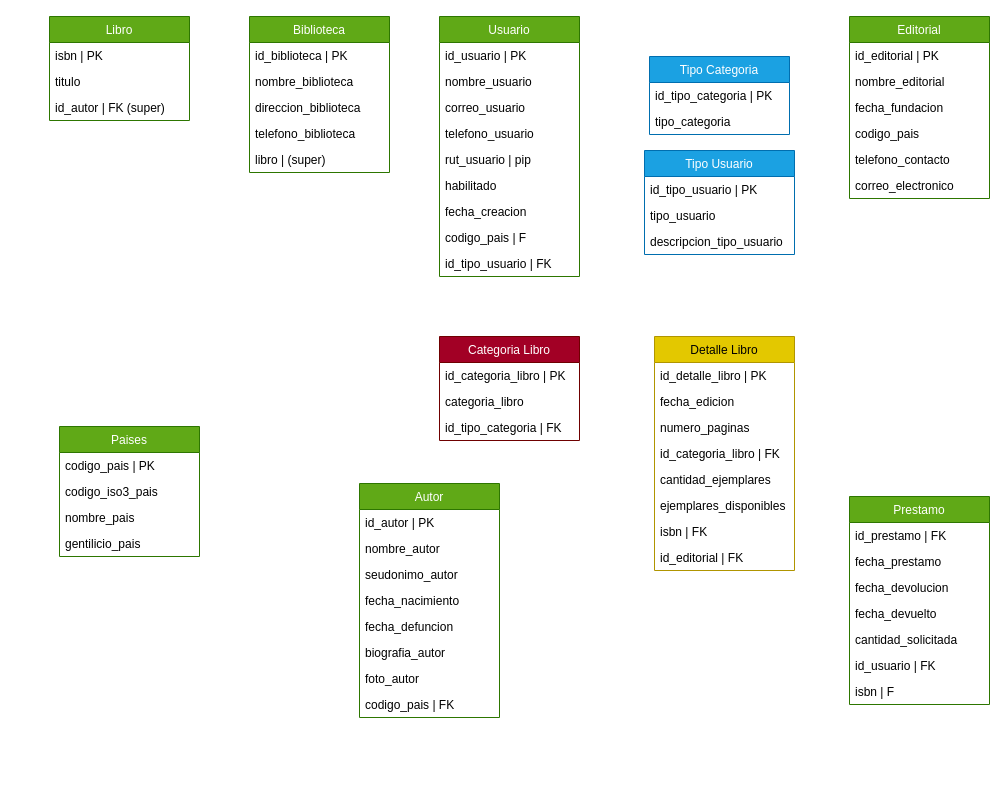
This is diagrama.drawio from renkorz/Biblioteca-Inaki, a draw.io file, before an edit. Source tidied: cells renumbered, new cells numbered last; positions are measured from the earlier drawing's top-left corner, leaving out a move shared by most shapes. Both pictures are drawn from the tidied source at 100%, with x=0, y=0 at pixel (49, 16).
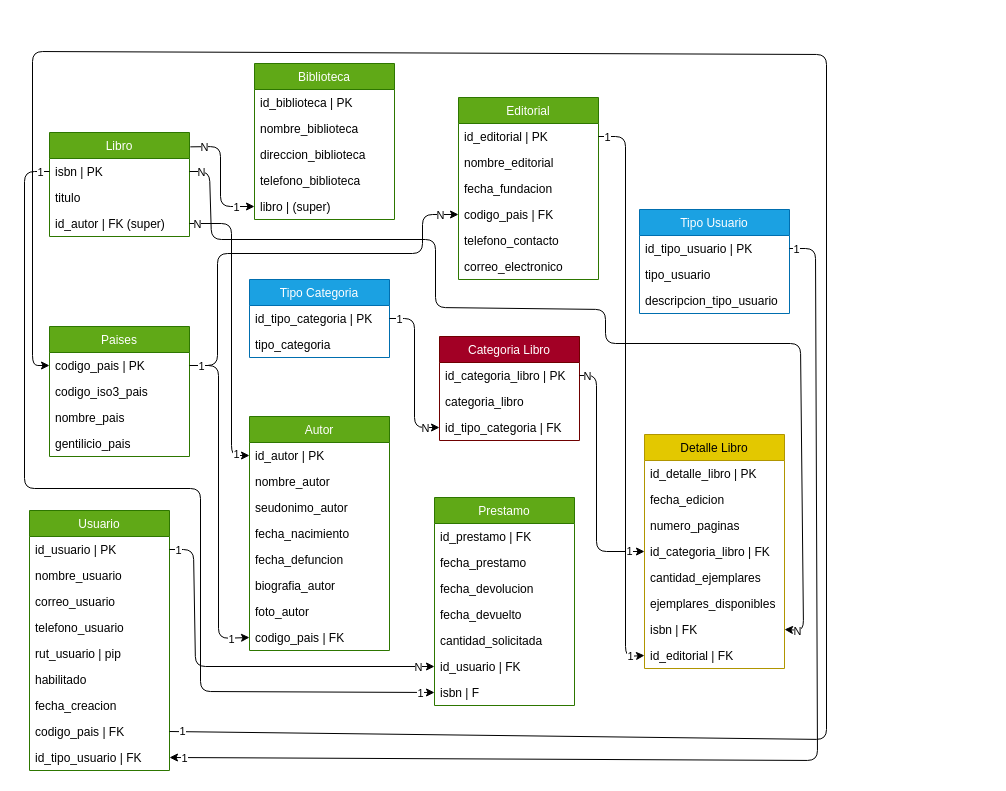
After the change.

Commit message:
Diagrama finalizado, con cardinalidad.

Unchanged cells that the change refers to:
```xml
<mxCell id="3" value="id_autor | PK" style="text;strokeColor=none;fillColor=none;align=left;verticalAlign=top;spacingLeft=4;spacingRight=4;overflow=hidden;points=[[0,0.5],[1,0.5]];portConstraint=eastwest;" parent="2" vertex="1">
  <mxGeometry y="26" width="140" height="26" as="geometry" />
</mxCell>
<mxCell id="10" value="codigo_pais | FK" style="text;strokeColor=none;fillColor=none;align=left;verticalAlign=top;spacingLeft=4;spacingRight=4;overflow=hidden;points=[[0,0.5],[1,0.5]];portConstraint=eastwest;" parent="2" vertex="1">
  <mxGeometry y="208" width="140" height="26" as="geometry" />
</mxCell>
<mxCell id="12" value="id_categoria_libro | PK" style="text;strokeColor=none;fillColor=none;align=left;verticalAlign=top;spacingLeft=4;spacingRight=4;overflow=hidden;points=[[0,0.5],[1,0.5]];portConstraint=eastwest;" parent="11" vertex="1">
  <mxGeometry y="26" width="140" height="26" as="geometry" />
</mxCell>
<mxCell id="14" value="id_tipo_categoria | FK " style="text;strokeColor=none;fillColor=none;align=left;verticalAlign=top;spacingLeft=4;spacingRight=4;overflow=hidden;points=[[0,0.5],[1,0.5]];portConstraint=eastwest;" parent="11" vertex="1">
  <mxGeometry y="78" width="140" height="26" as="geometry" />
</mxCell>
<mxCell id="16" value="id_editorial | PK" style="text;strokeColor=none;fillColor=none;align=left;verticalAlign=top;spacingLeft=4;spacingRight=4;overflow=hidden;points=[[0,0.5],[1,0.5]];portConstraint=eastwest;" parent="15" vertex="1">
  <mxGeometry y="26" width="140" height="26" as="geometry" />
</mxCell>
<mxCell id="23" value="id_usuario | PK" style="text;strokeColor=none;fillColor=none;align=left;verticalAlign=top;spacingLeft=4;spacingRight=4;overflow=hidden;points=[[0,0.5],[1,0.5]];portConstraint=eastwest;" parent="22" vertex="1">
  <mxGeometry y="26" width="140" height="26" as="geometry" />
</mxCell>
<mxCell id="31" value="id_tipo_usuario | FK" style="text;strokeColor=none;fillColor=none;align=left;verticalAlign=top;spacingLeft=4;spacingRight=4;overflow=hidden;points=[[0,0.5],[1,0.5]];portConstraint=eastwest;" parent="22" vertex="1">
  <mxGeometry y="234" width="140" height="26" as="geometry" />
</mxCell>
<mxCell id="33" value="id_tipo_usuario | PK" style="text;strokeColor=none;fillColor=none;align=left;verticalAlign=top;spacingLeft=4;spacingRight=4;overflow=hidden;points=[[0,0.5],[1,0.5]];portConstraint=eastwest;" parent="32" vertex="1">
  <mxGeometry y="26" width="150" height="26" as="geometry" />
</mxCell>
<mxCell id="45" value="id_usuario | FK" style="text;strokeColor=none;fillColor=none;align=left;verticalAlign=top;spacingLeft=4;spacingRight=4;overflow=hidden;points=[[0,0.5],[1,0.5]];portConstraint=eastwest;" parent="39" vertex="1">
  <mxGeometry y="156" width="140" height="26" as="geometry" />
</mxCell>
<mxCell id="46" value="isbn | F" style="text;strokeColor=none;fillColor=none;align=left;verticalAlign=top;spacingLeft=4;spacingRight=4;overflow=hidden;points=[[0,0.5],[1,0.5]];portConstraint=eastwest;" parent="39" vertex="1">
  <mxGeometry y="182" width="140" height="26" as="geometry" />
</mxCell>
<mxCell id="48" value="codigo_pais | PK" style="text;strokeColor=none;fillColor=none;align=left;verticalAlign=top;spacingLeft=4;spacingRight=4;overflow=hidden;points=[[0,0.5],[1,0.5]];portConstraint=eastwest;" parent="47" vertex="1">
  <mxGeometry y="26" width="140" height="26" as="geometry" />
</mxCell>
<mxCell id="53" value="isbn | PK" style="text;strokeColor=none;fillColor=none;align=left;verticalAlign=top;spacingLeft=4;spacingRight=4;overflow=hidden;points=[[0,0.5],[1,0.5]];portConstraint=eastwest;" parent="52" vertex="1">
  <mxGeometry y="26" width="140" height="26" as="geometry" />
</mxCell>
<mxCell id="55" value="id_autor | FK (super)" style="text;strokeColor=none;fillColor=none;align=left;verticalAlign=top;spacingLeft=4;spacingRight=4;overflow=hidden;points=[[0,0.5],[1,0.5]];portConstraint=eastwest;" parent="52" vertex="1">
  <mxGeometry y="78" width="140" height="26" as="geometry" />
</mxCell>
<mxCell id="60" value="id_categoria_libro | FK" style="text;strokeColor=none;fillColor=none;align=left;verticalAlign=top;spacingLeft=4;spacingRight=4;overflow=hidden;points=[[0,0.5],[1,0.5]];portConstraint=eastwest;" parent="56" vertex="1">
  <mxGeometry y="104" width="140" height="26" as="geometry" />
</mxCell>
<mxCell id="63" value="isbn | FK" style="text;strokeColor=none;fillColor=none;align=left;verticalAlign=top;spacingLeft=4;spacingRight=4;overflow=hidden;points=[[0,0.5],[1,0.5]];portConstraint=eastwest;" parent="56" vertex="1">
  <mxGeometry y="182" width="140" height="26" as="geometry" />
</mxCell>
<mxCell id="64" value="id_editorial | FK" style="text;strokeColor=none;fillColor=none;align=left;verticalAlign=top;spacingLeft=4;spacingRight=4;overflow=hidden;points=[[0,0.5],[1,0.5]];portConstraint=eastwest;" parent="56" vertex="1">
  <mxGeometry y="208" width="140" height="26" as="geometry" />
</mxCell>
<mxCell id="70" value="libro | (super)" style="text;strokeColor=none;fillColor=none;align=left;verticalAlign=top;spacingLeft=4;spacingRight=4;overflow=hidden;points=[[0,0.5],[1,0.5]];portConstraint=eastwest;" parent="65" vertex="1">
  <mxGeometry y="130" width="140" height="26" as="geometry" />
</mxCell>
```

Diff of the diagram source:
```diff
@@
     <mxCell id="2" value="Autor" style="swimlane;fontStyle=0;horizontal=1;startSize=26;fillColor=#60a917;fontColor=#ffffff;strokeColor=#2D7600;" parent="1" vertex="1">
-      <mxGeometry x="310" y="467" width="140" height="234" as="geometry" />
+      <mxGeometry x="200" y="400" width="140" height="234" as="geometry" />
     </mxCell>
@@
     <mxCell id="15" value="Editorial" style="swimlane;fontStyle=0;horizontal=1;startSize=26;fillColor=#60a917;fontColor=#ffffff;strokeColor=#2D7600;" parent="1" vertex="1">
-      <mxGeometry x="800" width="140" height="182" as="geometry" />
+      <mxGeometry x="409" y="81" width="140" height="182" as="geometry" />
     </mxCell>
@@
-    <mxCell id="19" value="codigo_pais" style="text;strokeColor=none;fillColor=none;align=left;verticalAlign=top;spacingLeft=4;spacingRight=4;overflow=hidden;points=[[0,0.5],[1,0.5]];portConstraint=eastwest;" parent="15" vertex="1">
+    <mxCell id="19" value="codigo_pais | FK" style="text;strokeColor=none;fillColor=none;align=left;verticalAlign=top;spacingLeft=4;spacingRight=4;overflow=hidden;points=[[0,0.5],[1,0.5]];portConstraint=eastwest;" parent="15" vertex="1">
       <mxGeometry y="104" width="140" height="26" as="geometry" />
     </mxCell>
@@
     <mxCell id="22" value="Usuario" style="swimlane;fontStyle=0;horizontal=1;startSize=26;fillColor=#60a917;fontColor=#ffffff;strokeColor=#2D7600;" parent="1" vertex="1">
-      <mxGeometry x="390" width="140" height="260" as="geometry" />
+      <mxGeometry x="-20" y="494" width="140" height="260" as="geometry" />
     </mxCell>
@@
-    <mxCell id="30" value="codigo_pais | F" style="text;strokeColor=none;fillColor=none;align=left;verticalAlign=top;spacingLeft=4;spacingRight=4;overflow=hidden;points=[[0,0.5],[1,0.5]];portConstraint=eastwest;" parent="22" vertex="1">
+    <mxCell id="30" value="codigo_pais | FK" style="text;strokeColor=none;fillColor=none;align=left;verticalAlign=top;spacingLeft=4;spacingRight=4;overflow=hidden;points=[[0,0.5],[1,0.5]];portConstraint=eastwest;" parent="22" vertex="1">
       <mxGeometry y="208" width="140" height="26" as="geometry" />
     </mxCell>
@@
     <mxCell id="32" value="Tipo Usuario" style="swimlane;fontStyle=0;horizontal=1;startSize=26;fillColor=#1ba1e2;fontColor=#ffffff;strokeColor=#006EAF;" parent="1" vertex="1">
-      <mxGeometry x="595" y="134" width="150" height="104" as="geometry" />
+      <mxGeometry x="590" y="193" width="150" height="104" as="geometry" />
     </mxCell>
@@
     <mxCell id="36" value="Tipo Categoria" style="swimlane;fontStyle=0;horizontal=1;startSize=26;fillColor=#1ba1e2;fontColor=#ffffff;strokeColor=#006EAF;" parent="1" vertex="1">
-      <mxGeometry x="600" y="40" width="140" height="78" as="geometry" />
+      <mxGeometry x="200" y="263" width="140" height="78" as="geometry" />
     </mxCell>
@@
     <mxCell id="39" value="Prestamo" style="swimlane;fontStyle=0;horizontal=1;startSize=26;fillColor=#60a917;fontColor=#ffffff;strokeColor=#2D7600;" parent="1" vertex="1">
-      <mxGeometry x="800" y="480" width="140" height="208" as="geometry" />
+      <mxGeometry x="385" y="481" width="140" height="208" as="geometry" />
     </mxCell>
@@
+    <mxCell id="71" style="edgeStyle=none;html=1;entryX=0;entryY=0.5;entryDx=0;entryDy=0;exitX=1;exitY=0.5;exitDx=0;exitDy=0;" parent="1" edge="1" source="48" target="19">
+      <mxGeometry relative="1" as="geometry">
+        <Array as="points">
+          <mxPoint x="168" y="349" />
+          <mxPoint x="168" y="237" />
+          <mxPoint x="373" y="237" />
+          <mxPoint x="373" y="198" />
+        </Array>
+      </mxGeometry>
+    </mxCell>
+    <mxCell id="72" value="N" style="edgeLabel;html=1;align=center;verticalAlign=middle;" parent="71" vertex="1">
+      <mxGeometry x="0.94" y="1" relative="1" as="geometry">
+        <mxPoint x="-6" y="1" as="offset" />
+      </mxGeometry>
+    </mxCell>
     <mxCell id="47" value="Paises" style="swimlane;fontStyle=0;horizontal=1;startSize=26;fillColor=#60a917;fontColor=#ffffff;strokeColor=#2D7600;" parent="1" vertex="1">
-      <mxGeometry x="10" y="410" width="140" height="130" as="geometry" />
+      <mxGeometry y="310" width="140" height="130" as="geometry" />
     </mxCell>
@@
+    <mxCell id="73" style="edgeStyle=none;html=1;entryX=0;entryY=0.5;entryDx=0;entryDy=0;exitX=1.006;exitY=0.138;exitDx=0;exitDy=0;exitPerimeter=0;" parent="1" edge="1" source="52" target="70">
+      <mxGeometry relative="1" as="geometry">
+        <Array as="points">
+          <mxPoint x="171" y="130" />
+          <mxPoint x="171" y="190" />
+        </Array>
+      </mxGeometry>
+    </mxCell>
+    <mxCell id="74" value="N" style="edgeLabel;html=1;align=center;verticalAlign=middle;" parent="73" vertex="1">
+      <mxGeometry x="-0.86" relative="1" as="geometry">
+        <mxPoint x="5" as="offset" />
+      </mxGeometry>
+    </mxCell>
+    <mxCell id="75" value="1" style="edgeLabel;html=1;align=center;verticalAlign=middle;" parent="73" vertex="1">
+      <mxGeometry x="0.81" relative="1" as="geometry">
+        <mxPoint x="-6" as="offset" />
+      </mxGeometry>
+    </mxCell>
     <mxCell id="52" value="Libro" style="swimlane;fontStyle=0;horizontal=1;startSize=26;fillColor=#60a917;fontColor=#ffffff;strokeColor=#2D7600;" parent="1" vertex="1">
-      <mxGeometry width="140" height="104" as="geometry" />
+      <mxGeometry y="116" width="140" height="104" as="geometry" />
     </mxCell>
@@
     <mxCell id="56" value="Detalle Libro" style="swimlane;fontStyle=0;horizontal=1;startSize=26;fillColor=#e3c800;fontColor=#000000;strokeColor=#B09500;" parent="1" vertex="1">
-      <mxGeometry x="605" y="320" width="140" height="234" as="geometry" />
+      <mxGeometry x="595" y="418" width="140" height="234" as="geometry" />
     </mxCell>
@@
     <mxCell id="65" value="Biblioteca" style="swimlane;fontStyle=0;horizontal=1;startSize=26;fillColor=#60a917;fontColor=#ffffff;strokeColor=#2D7600;" parent="1" vertex="1">
-      <mxGeometry x="200" width="140" height="156" as="geometry" />
+      <mxGeometry x="205" y="47" width="140" height="156" as="geometry" />
     </mxCell>
@@
+    <mxCell id="76" style="edgeStyle=none;html=1;entryX=0;entryY=0.5;entryDx=0;entryDy=0;exitX=1;exitY=0.5;exitDx=0;exitDy=0;" parent="1" edge="1" source="36" target="14">
+      <mxGeometry relative="1" as="geometry">
+        <Array as="points">
+          <mxPoint x="365" y="302" />
+          <mxPoint x="365" y="411" />
+        </Array>
+      </mxGeometry>
+    </mxCell>
+    <mxCell id="77" value="1" style="edgeLabel;html=1;align=center;verticalAlign=middle;" parent="76" vertex="1">
+      <mxGeometry x="-0.31" y="-1" relative="1" as="geometry">
+        <mxPoint x="-15" y="-30" as="offset" />
+      </mxGeometry>
+    </mxCell>
+    <mxCell id="78" value="N" style="edgeLabel;html=1;align=center;verticalAlign=middle;" parent="76" vertex="1">
+      <mxGeometry x="0.34" y="2" relative="1" as="geometry">
+        <mxPoint x="8" y="27" as="offset" />
+      </mxGeometry>
+    </mxCell>
+    <mxCell id="79" style="edgeStyle=none;html=1;entryX=0;entryY=0.5;entryDx=0;entryDy=0;exitX=1;exitY=0.5;exitDx=0;exitDy=0;" parent="1" edge="1" source="48" target="10">
+      <mxGeometry relative="1" as="geometry">
+        <Array as="points">
+          <mxPoint x="169" y="349" />
+          <mxPoint x="169" y="622" />
+        </Array>
+      </mxGeometry>
+    </mxCell>
+    <mxCell id="80" value="1" style="edgeLabel;html=1;align=center;verticalAlign=middle;" parent="79" vertex="1">
+      <mxGeometry x="-0.94" y="1" relative="1" as="geometry">
+        <mxPoint x="1" y="1" as="offset" />
+      </mxGeometry>
+    </mxCell>
+    <mxCell id="81" value="1" style="edgeLabel;html=1;align=center;verticalAlign=middle;" parent="79" vertex="1">
+      <mxGeometry x="0.92" relative="1" as="geometry">
+        <mxPoint x="-5" y="1" as="offset" />
+      </mxGeometry>
+    </mxCell>
+    <mxCell id="82" style="edgeStyle=none;html=1;entryX=0;entryY=0.5;entryDx=0;entryDy=0;exitX=1;exitY=0.5;exitDx=0;exitDy=0;" parent="1" edge="1" source="12" target="60">
+      <mxGeometry relative="1" as="geometry">
+        <Array as="points">
+          <mxPoint x="547" y="359" />
+          <mxPoint x="547" y="535" />
+        </Array>
+      </mxGeometry>
+    </mxCell>
+    <mxCell id="83" value="N" style="edgeLabel;html=1;align=center;verticalAlign=middle;" parent="82" vertex="1">
+      <mxGeometry x="-0.81" y="-2" relative="1" as="geometry">
+        <mxPoint x="-8" y="-6" as="offset" />
+      </mxGeometry>
+    </mxCell>
+    <mxCell id="84" value="1" style="edgeLabel;html=1;align=center;verticalAlign=middle;" parent="82" vertex="1">
+      <mxGeometry x="0.88" y="1" relative="1" as="geometry">
+        <mxPoint x="-2" as="offset" />
+      </mxGeometry>
+    </mxCell>
+    <mxCell id="85" style="edgeStyle=none;html=1;exitX=1;exitY=0.5;exitDx=0;exitDy=0;entryX=1;entryY=0.5;entryDx=0;entryDy=0;" parent="1" edge="1" source="33" target="31">
+      <mxGeometry relative="1" as="geometry">
+        <Array as="points">
+          <mxPoint x="766" y="232" />
+          <mxPoint x="768" y="744" />
+        </Array>
+      </mxGeometry>
+    </mxCell>
+    <mxCell id="86" value="1" style="edgeLabel;html=1;align=center;verticalAlign=middle;" parent="85" vertex="1">
+      <mxGeometry x="-0.99" relative="1" as="geometry" />
+    </mxCell>
+    <mxCell id="87" value="1" style="edgeLabel;html=1;align=center;verticalAlign=middle;" parent="85" vertex="1">
+      <mxGeometry x="0.97" relative="1" as="geometry">
+        <mxPoint x="-4" as="offset" />
+      </mxGeometry>
+    </mxCell>
+    <mxCell id="88" style="edgeStyle=none;html=1;entryX=0;entryY=0.5;entryDx=0;entryDy=0;exitX=1;exitY=0.5;exitDx=0;exitDy=0;" parent="1" edge="1" source="55" target="3">
+      <mxGeometry relative="1" as="geometry">
+        <Array as="points">
+          <mxPoint x="182" y="207" />
+          <mxPoint x="182" y="439" />
+        </Array>
+      </mxGeometry>
+    </mxCell>
+    <mxCell id="89" value="N" style="edgeLabel;html=1;align=center;verticalAlign=middle;" parent="88" vertex="1">
+      <mxGeometry x="-0.95" relative="1" as="geometry" />
+    </mxCell>
+    <mxCell id="90" value="1" style="edgeLabel;html=1;align=center;verticalAlign=middle;" parent="88" vertex="1">
+      <mxGeometry x="0.81" y="-1" relative="1" as="geometry">
+        <mxPoint x="5" y="8" as="offset" />
+      </mxGeometry>
+    </mxCell>
+    <mxCell id="91" style="edgeStyle=none;html=1;exitX=0;exitY=0.5;exitDx=0;exitDy=0;entryX=0;entryY=0.5;entryDx=0;entryDy=0;" parent="1" edge="1" source="53" target="46">
+      <mxGeometry relative="1" as="geometry">
+        <Array as="points">
+          <mxPoint x="-25" y="155" />
+          <mxPoint x="-25" y="472" />
+          <mxPoint x="151" y="472" />
+          <mxPoint x="151" y="675" />
+        </Array>
+      </mxGeometry>
+    </mxCell>
+    <mxCell id="92" value="1" style="edgeLabel;html=1;align=center;verticalAlign=middle;" parent="91" vertex="1">
+      <mxGeometry x="0.97" y="-1" relative="1" as="geometry" />
+    </mxCell>
+    <mxCell id="93" value="1" style="edgeLabel;html=1;align=center;verticalAlign=middle;" parent="91" vertex="1">
+      <mxGeometry x="-0.86" relative="1" as="geometry">
+        <mxPoint x="15" y="-42" as="offset" />
+      </mxGeometry>
+    </mxCell>
+    <mxCell id="94" style="edgeStyle=none;html=1;exitX=1;exitY=0.5;exitDx=0;exitDy=0;entryX=0;entryY=0.5;entryDx=0;entryDy=0;" parent="1" edge="1" source="30" target="48">
+      <mxGeometry relative="1" as="geometry">
+        <Array as="points">
+          <mxPoint x="777" y="723" />
+          <mxPoint x="777" y="38" />
+          <mxPoint x="-17" y="35" />
+          <mxPoint x="-17" y="349" />
+        </Array>
+      </mxGeometry>
+    </mxCell>
+    <mxCell id="95" value="1" style="edgeLabel;html=1;align=center;verticalAlign=middle;" parent="94" vertex="1">
+      <mxGeometry x="-0.99" y="1" relative="1" as="geometry" />
+    </mxCell>
+    <mxCell id="96" style="edgeStyle=none;html=1;entryX=0;entryY=0.5;entryDx=0;entryDy=0;exitX=1;exitY=0.5;exitDx=0;exitDy=0;" parent="1" edge="1" source="23" target="45">
+      <mxGeometry relative="1" as="geometry">
+        <Array as="points">
+          <mxPoint x="144" y="533" />
+          <mxPoint x="146" y="650" />
+        </Array>
+      </mxGeometry>
+    </mxCell>
+    <mxCell id="97" value="1" style="edgeLabel;html=1;align=center;verticalAlign=middle;" parent="96" vertex="1">
+      <mxGeometry x="-0.96" relative="1" as="geometry" />
+    </mxCell>
+    <mxCell id="98" value="N" style="edgeLabel;html=1;align=center;verticalAlign=middle;" parent="96" vertex="1">
+      <mxGeometry x="0.93" relative="1" as="geometry">
+        <mxPoint x="-3" as="offset" />
+      </mxGeometry>
+    </mxCell>
+    <mxCell id="99" style="edgeStyle=none;html=1;exitX=1;exitY=0.5;exitDx=0;exitDy=0;entryX=0;entryY=0.5;entryDx=0;entryDy=0;" parent="1" edge="1" source="16" target="64">
+      <mxGeometry relative="1" as="geometry">
+        <Array as="points">
+          <mxPoint x="576" y="120" />
+          <mxPoint x="576" y="640" />
+        </Array>
+      </mxGeometry>
+    </mxCell>
+    <mxCell id="100" value="1" style="edgeLabel;html=1;align=center;verticalAlign=middle;" parent="99" vertex="1">
+      <mxGeometry x="-0.97" relative="1" as="geometry" />
+    </mxCell>
+    <mxCell id="101" value="1" style="edgeLabel;html=1;align=center;verticalAlign=middle;" parent="99" vertex="1">
+      <mxGeometry x="0.9" y="2" relative="1" as="geometry">
+        <mxPoint x="2" y="8" as="offset" />
+      </mxGeometry>
+    </mxCell>
+    <mxCell id="102" style="edgeStyle=none;html=1;entryX=1;entryY=0.5;entryDx=0;entryDy=0;exitX=1;exitY=0.5;exitDx=0;exitDy=0;" parent="1" edge="1" source="53" target="63">
+      <mxGeometry relative="1" as="geometry">
+        <Array as="points">
+          <mxPoint x="160" y="155" />
+          <mxPoint x="162" y="223" />
+          <mxPoint x="386" y="223" />
+          <mxPoint x="386" y="291" />
+          <mxPoint x="556" y="293" />
+          <mxPoint x="556" y="327" />
+          <mxPoint x="751" y="327" />
+          <mxPoint x="754" y="614" />
+        </Array>
+      </mxGeometry>
+    </mxCell>
+    <mxCell id="103" value="N" style="edgeLabel;html=1;align=center;verticalAlign=middle;" parent="102" vertex="1">
+      <mxGeometry x="-0.97" relative="1" as="geometry">
+        <mxPoint x="-5" as="offset" />
+      </mxGeometry>
+    </mxCell>
+    <mxCell id="104" value="N" style="edgeLabel;html=1;align=center;verticalAlign=middle;" parent="102" vertex="1">
+      <mxGeometry x="0.91" relative="1" as="geometry">
+        <mxPoint x="-6" y="31" as="offset" />
+      </mxGeometry>
+    </mxCell>
```
